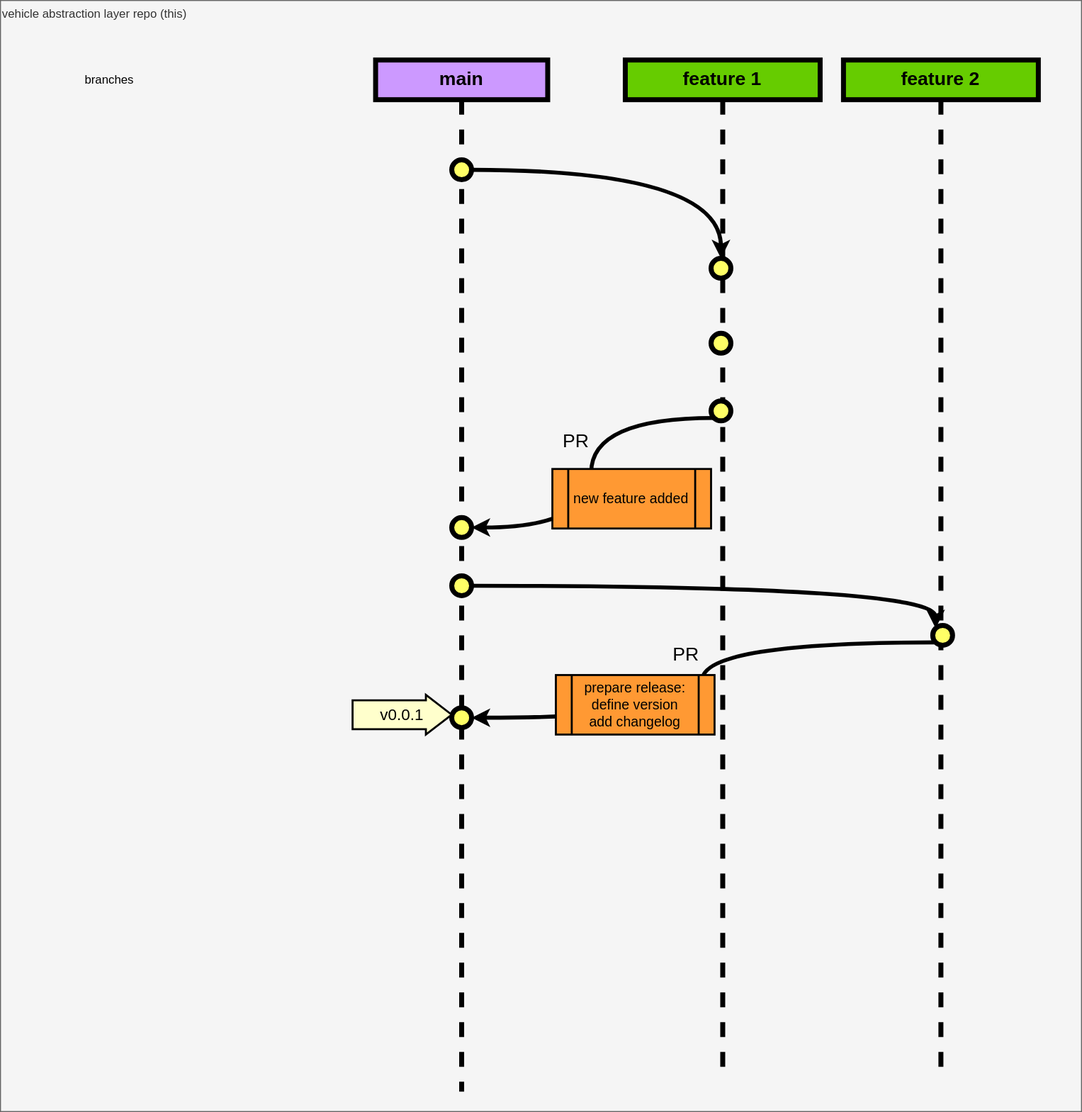
Earlier version of the draw.io export .github/workflows/doc/ci_workflow.svg (eclipse-kuksa/kuksa.val.services). Source tidied: cells renumbered, new cells last; positions are measured from the earlier drawing's top-left corner, leaving out a move shared by most shapes. Its diagram source:
```xml
<mxGraphModel>
  <root>
    <mxCell id="0" />
    <mxCell id="1" parent="0" />
    <mxCell id="2" value="vehicle abstraction layer repo (this)" style="whiteSpace=wrap;html=1;align=left;verticalAlign=top;fillColor=#f5f5f5;strokeColor=#666666;fontColor=#333333;" parent="1" vertex="1">
      <mxGeometry width="1090" height="1120" as="geometry" />
    </mxCell>
    <mxCell id="3" style="group;fontSize=10;" parent="1" vertex="1">
      <mxGeometry x="170" y="60" width="656.5" height="1050" as="geometry" />
    </mxCell>
    <mxCell id="4" value="main" style="shape=umlLifeline;perimeter=lifelinePerimeter;whiteSpace=wrap;html=1;fontSize=19;strokeColor=#000000;strokeWidth=5;fillColor=#CC99FF;align=center;verticalAlign=middle;fontColor=#000000;fontStyle=1;" parent="3" vertex="1">
      <mxGeometry x="208.2" width="173.5" height="1040" as="geometry" />
    </mxCell>
    <mxCell id="5" value="feature 1" style="shape=umlLifeline;perimeter=lifelinePerimeter;whiteSpace=wrap;html=1;fontSize=19;strokeColor=#000000;strokeWidth=5;align=center;verticalAlign=middle;fillColor=#66CC00;fontColor=#000000;fontStyle=1;" parent="3" vertex="1">
      <mxGeometry x="460" width="196.5" height="1020" as="geometry" />
    </mxCell>
    <mxCell id="6" style="ellipse;whiteSpace=wrap;html=1;fontSize=19;fontColor=#000000;strokeColor=#000000;strokeWidth=5;align=center;verticalAlign=middle;fillColor=#FFFF66;" parent="3" vertex="1">
      <mxGeometry x="285" y="653" width="20" height="20" as="geometry" />
    </mxCell>
    <mxCell id="7" style="ellipse;whiteSpace=wrap;html=1;fontSize=19;fontColor=#000000;strokeColor=#000000;strokeWidth=5;align=center;verticalAlign=middle;fillColor=#FFFF66;" parent="3" vertex="1">
      <mxGeometry x="285" y="520" width="20" height="20" as="geometry" />
    </mxCell>
    <mxCell id="8" style="ellipse;whiteSpace=wrap;html=1;fontSize=19;fontColor=#000000;strokeColor=#000000;strokeWidth=5;align=center;verticalAlign=middle;fillColor=#FFFF66;" parent="1" vertex="1">
      <mxGeometry x="455" y="160.7" width="20" height="20" as="geometry" />
    </mxCell>
    <mxCell id="9" style="ellipse;whiteSpace=wrap;html=1;fontSize=19;fontColor=#000000;strokeColor=#000000;strokeWidth=5;align=center;verticalAlign=middle;fillColor=#FFFF66;" parent="1" vertex="1">
      <mxGeometry x="716.5" y="260" width="20" height="20" as="geometry" />
    </mxCell>
    <mxCell id="10" style="ellipse;whiteSpace=wrap;html=1;fontSize=19;fontColor=#000000;strokeColor=#000000;strokeWidth=5;align=center;verticalAlign=middle;fillColor=#FFFF66;" parent="1" vertex="1">
      <mxGeometry x="716.5" y="335.5" width="20" height="20" as="geometry" />
    </mxCell>
    <mxCell id="11" style="ellipse;whiteSpace=wrap;html=1;fontSize=19;fontColor=#000000;strokeColor=#000000;strokeWidth=5;align=center;verticalAlign=middle;fillColor=#FFFF66;" parent="1" vertex="1">
      <mxGeometry x="716.5" y="403.8" width="20" height="20" as="geometry" />
    </mxCell>
    <mxCell id="12" style="ellipse;whiteSpace=wrap;html=1;fontSize=19;fontColor=#000000;strokeColor=#000000;strokeWidth=5;align=center;verticalAlign=middle;fillColor=#FFFF66;" parent="1" vertex="1">
      <mxGeometry x="455" y="521.3" width="20" height="20" as="geometry" />
    </mxCell>
    <mxCell id="13" style="endArrow=classic;html=1;fontSize=19;fontColor=#000000;exitX=1;exitY=0.5;exitDx=0;exitDy=0;entryX=0.5;entryY=0;entryDx=0;entryDy=0;strokeColor=#000000;strokeWidth=4;edgeStyle=orthogonalEdgeStyle;curved=1;" parent="1" edge="1" source="8" target="9">
      <mxGeometry relative="1" as="geometry" />
    </mxCell>
    <mxCell id="14" value="PR" style="endArrow=classic;html=1;fontSize=19;fontColor=#000000;exitX=0;exitY=1;exitDx=0;exitDy=0;entryX=1;entryY=0.5;entryDx=0;entryDy=0;strokeColor=#000000;strokeWidth=4;edgeStyle=orthogonalEdgeStyle;curved=1;labelBackgroundColor=none;" parent="1" edge="1" source="11" target="12">
      <mxGeometry x="-0.17" y="-16" relative="1" as="geometry" />
    </mxCell>
    <mxCell id="15" value="new feature added" style="shape=process;whiteSpace=wrap;html=1;backgroundOutline=1;fontSize=14;fontColor=#000000;strokeColor=#000000;strokeWidth=2;fillColor=#FF9933;align=center;verticalAlign=middle;" parent="1" vertex="1">
      <mxGeometry x="556.5" y="472.3" width="160" height="60" as="geometry" />
    </mxCell>
    <mxCell id="16" value="branches" style="text;html=1;strokeColor=none;fillColor=none;align=center;verticalAlign=middle;whiteSpace=wrap;rounded=0;fontSize=12;fontColor=#000000;" parent="1" vertex="1">
      <mxGeometry x="90" y="70" width="40" height="20" as="geometry" />
    </mxCell>
    <mxCell id="17" value="&lt;font style=&quot;font-size: 16px&quot;&gt;v0.0.1&lt;/font&gt;" style="shape=singleArrow;whiteSpace=wrap;html=1;fontSize=12;fontColor=#000000;strokeColor=#000000;strokeWidth=2;align=center;verticalAlign=middle;arrowWidth=0.7274509803921546;arrowSize=0.26058823529411457;fillColor=#FFFFCC;" parent="1" vertex="1">
      <mxGeometry x="355" y="700" width="100" height="40" as="geometry" />
    </mxCell>
    <mxCell id="18" value="feature 2" style="shape=umlLifeline;perimeter=lifelinePerimeter;whiteSpace=wrap;html=1;fontSize=19;strokeColor=#000000;strokeWidth=5;align=center;verticalAlign=middle;fillColor=#66CC00;fontColor=#000000;fontStyle=1;" parent="1" vertex="1">
      <mxGeometry x="850" y="60" width="196.5" height="1020" as="geometry" />
    </mxCell>
    <mxCell id="19" style="ellipse;whiteSpace=wrap;html=1;fontSize=19;fontColor=#000000;strokeColor=#000000;strokeWidth=5;align=center;verticalAlign=middle;fillColor=#FFFF66;" parent="1" vertex="1">
      <mxGeometry x="940" y="630" width="20" height="20" as="geometry" />
    </mxCell>
    <mxCell id="20" style="endArrow=classic;html=1;fontSize=19;fontColor=#000000;exitX=1;exitY=0.5;exitDx=0;exitDy=0;entryX=0;entryY=0;entryDx=0;entryDy=0;strokeColor=#000000;strokeWidth=4;edgeStyle=orthogonalEdgeStyle;curved=1;" parent="1" edge="1" source="7" target="19">
      <mxGeometry relative="1" as="geometry" />
    </mxCell>
    <mxCell id="21" value="PR" style="endArrow=classic;html=1;fontSize=19;fontColor=#000000;entryX=1;entryY=0.5;entryDx=0;entryDy=0;strokeColor=#000000;strokeWidth=4;edgeStyle=orthogonalEdgeStyle;curved=1;labelBackgroundColor=none;exitX=0;exitY=1;exitDx=0;exitDy=0;" parent="1" edge="1" source="19" target="6">
      <mxGeometry x="-0.09" y="-17" relative="1" as="geometry" />
    </mxCell>
    <mxCell id="22" value="prepare release:&lt;br&gt;define version&lt;br&gt;add changelog" style="shape=process;whiteSpace=wrap;html=1;backgroundOutline=1;fontSize=14;fontColor=#000000;strokeColor=#000000;strokeWidth=2;fillColor=#FF9933;align=center;verticalAlign=middle;" parent="1" vertex="1">
      <mxGeometry x="560" y="680" width="160" height="60" as="geometry" />
    </mxCell>
  </root>
</mxGraphModel>
```
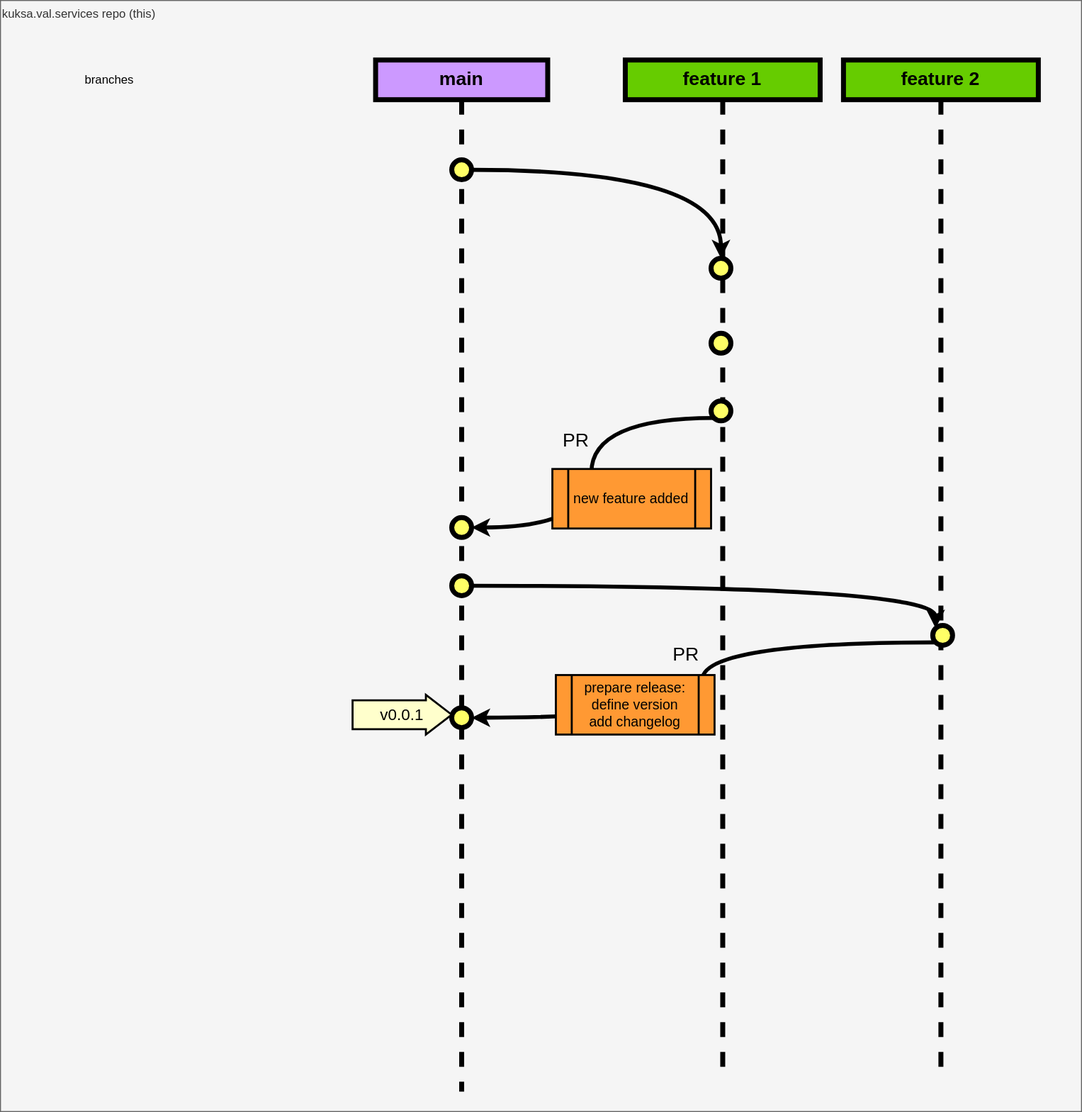
Later version of the same file.

Diff of the diagram source:
```diff
@@ -2,7 +2,7 @@
   <root>
     <mxCell id="0" />
     <mxCell id="1" parent="0" />
-    <mxCell id="2" value="vehicle abstraction layer repo (this)" style="whiteSpace=wrap;html=1;align=left;verticalAlign=top;fillColor=#f5f5f5;strokeColor=#666666;fontColor=#333333;" parent="1" vertex="1">
+    <mxCell id="2" value="kuksa.val.services repo (this)" style="whiteSpace=wrap;html=1;align=left;verticalAlign=top;fillColor=#f5f5f5;strokeColor=#666666;fontColor=#333333;" parent="1" vertex="1">
       <mxGeometry width="1090" height="1120" as="geometry" />
     </mxCell>
     <mxCell id="3" style="group;fontSize=10;" parent="1" vertex="1">
```
